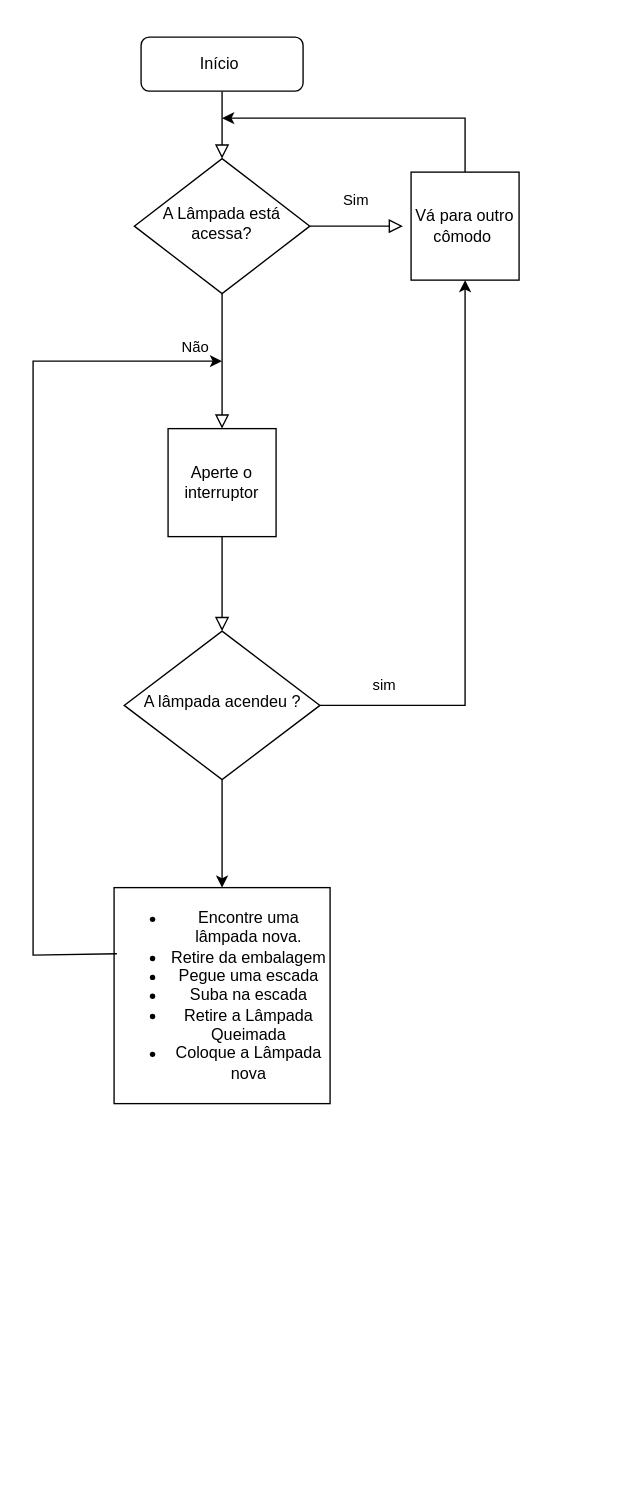
Before: Lâmpada.drawio in giannycabral/EBAC-CURSO-PROGRAMA-O, a draw.io diagram. Source tidied: cells renumbered, new cells numbered last; positions are measured from the earlier drawing's top-left corner, leaving out a move shared by most shapes. Both pictures are drawn from the tidied source at 135%, with x=0, y=0 at pixel (32, 36).
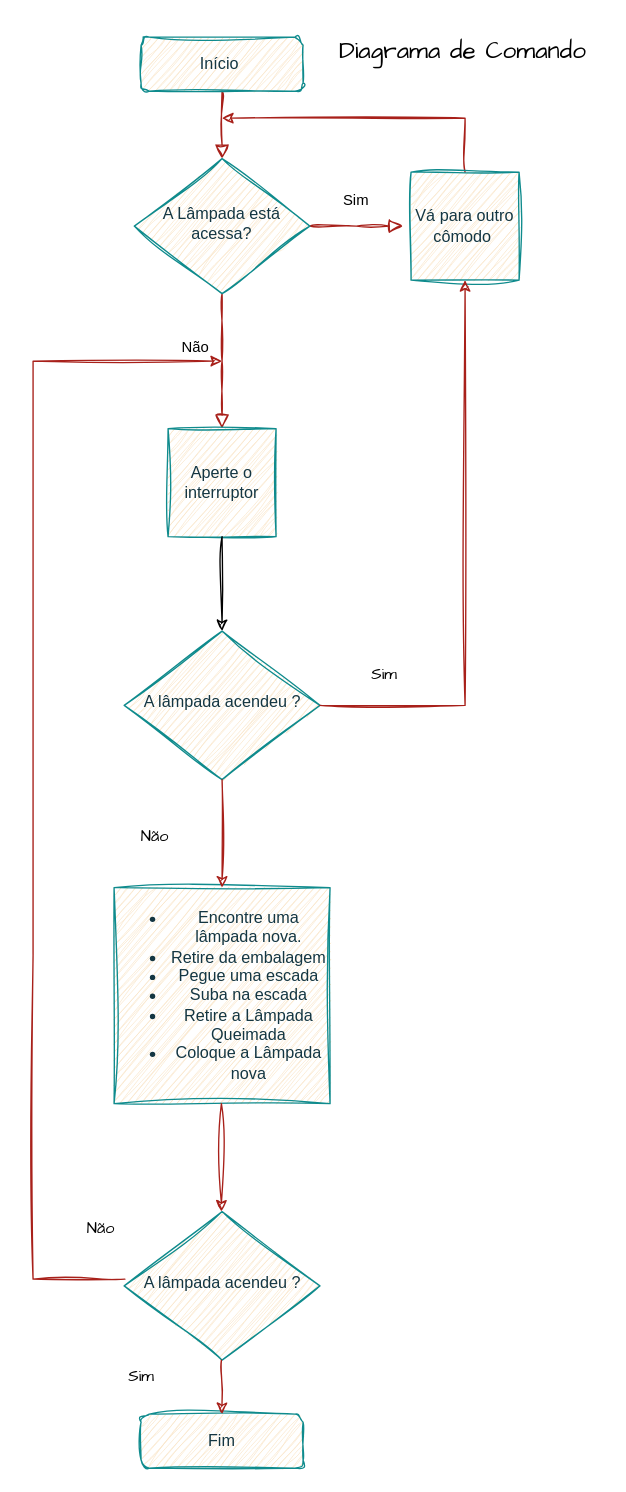
The same page after the edit.

Change to the diagram source:
```diff
@@
-    <mxCell id="2" style="rounded=0;html=1;jettySize=auto;fontSize=11;endArrow=block;endFill=0;endSize=8;strokeWidth=1;shadow=0;labelBackgroundColor=none;edgeStyle=orthogonalEdgeStyle;" parent="1" edge="1" source="3" target="6">
+    <mxCell id="2" style="rounded=0;html=1;jettySize=auto;fontSize=11;endArrow=block;endFill=0;endSize=8;strokeWidth=1;shadow=0;labelBackgroundColor=none;edgeStyle=orthogonalEdgeStyle;strokeColor=#A8201A;fontColor=default;sketch=1;curveFitting=1;jiggle=2;" parent="1" edge="1" source="3" target="6">
       <mxGeometry relative="1" as="geometry" />
     </mxCell>
-    <mxCell id="3" value="Início&amp;nbsp;" style="rounded=1;whiteSpace=wrap;html=1;fontSize=12;glass=0;strokeWidth=1;shadow=0;" parent="1" vertex="1">
+    <mxCell id="3" value="Início&amp;nbsp;" style="rounded=1;whiteSpace=wrap;html=1;fontSize=12;glass=0;strokeWidth=1;shadow=0;labelBackgroundColor=none;fillColor=#FAE5C7;strokeColor=#0F8B8D;fontColor=#143642;sketch=1;curveFitting=1;jiggle=2;" parent="1" vertex="1">
       <mxGeometry x="80" width="120" height="40" as="geometry" />
     </mxCell>
-    <mxCell id="4" value="Não" style="rounded=0;html=1;jettySize=auto;fontSize=11;endArrow=block;endFill=0;endSize=8;strokeWidth=1;shadow=0;labelBackgroundColor=none;edgeStyle=orthogonalEdgeStyle;" parent="1" edge="1" source="6">
+    <mxCell id="4" value="Não" style="rounded=0;html=1;jettySize=auto;fontSize=11;endArrow=block;endFill=0;endSize=8;strokeWidth=1;shadow=0;labelBackgroundColor=none;edgeStyle=orthogonalEdgeStyle;strokeColor=#A8201A;fontColor=default;sketch=1;curveFitting=1;jiggle=2;" parent="1" edge="1" source="6">
       <mxGeometry x="-0.2" y="-20" relative="1" as="geometry">
         <mxPoint x="140" y="290" as="targetPoint" />
       </mxGeometry>
     </mxCell>
-    <mxCell id="5" value="Sim" style="edgeStyle=orthogonalEdgeStyle;rounded=0;html=1;jettySize=auto;fontSize=11;endArrow=block;endFill=0;endSize=8;strokeWidth=1;shadow=0;labelBackgroundColor=none;" parent="1" edge="1" source="6">
+    <mxCell id="5" value="Sim" style="edgeStyle=orthogonalEdgeStyle;rounded=0;html=1;jettySize=auto;fontSize=11;endArrow=block;endFill=0;endSize=8;strokeWidth=1;shadow=0;labelBackgroundColor=none;strokeColor=#A8201A;fontColor=default;sketch=1;curveFitting=1;jiggle=2;" parent="1" edge="1" source="6">
       <mxGeometry x="0.01" y="20" relative="1" as="geometry">
         <mxPoint x="274" y="140" as="targetPoint" />
       </mxGeometry>
     </mxCell>
-    <mxCell id="6" value="A Lâmpada está acessa?" style="rhombus;whiteSpace=wrap;html=1;shadow=0;fontFamily=Helvetica;fontSize=12;align=center;strokeWidth=1;spacing=6;spacingTop=-4;" parent="1" vertex="1">
+    <mxCell id="6" value="A Lâmpada está acessa?" style="rhombus;whiteSpace=wrap;html=1;shadow=0;fontFamily=Helvetica;fontSize=12;align=center;strokeWidth=1;spacing=6;spacingTop=-4;labelBackgroundColor=none;fillColor=#FAE5C7;strokeColor=#0F8B8D;fontColor=#143642;sketch=1;curveFitting=1;jiggle=2;" parent="1" vertex="1">
       <mxGeometry x="75" y="90" width="130" height="100" as="geometry" />
     </mxCell>
-    <mxCell id="7" value="sim" style="rounded=0;html=1;jettySize=auto;fontSize=11;endArrow=block;endFill=0;endSize=8;strokeWidth=1;shadow=0;labelBackgroundColor=none;edgeStyle=orthogonalEdgeStyle;exitX=0.5;exitY=1;exitDx=0;exitDy=0;" parent="1" edge="1" source="10">
-      <mxGeometry x="1" y="126" relative="1" as="geometry">
-        <mxPoint x="140" y="440" as="targetPoint" />
-        <mxPoint x="-6" y="38" as="offset" />
-      </mxGeometry>
-    </mxCell>
-    <mxCell id="8" style="endArrow=classic;html=1;rounded=0;exitX=0.5;exitY=0;exitDx=0;exitDy=0;exitPerimeter=0;" parent="1" edge="1" source="9">
+    <mxCell id="8" style="endArrow=classic;html=1;rounded=0;exitX=0.5;exitY=0;exitDx=0;exitDy=0;exitPerimeter=0;labelBackgroundColor=none;strokeColor=#A8201A;fontColor=default;sketch=1;curveFitting=1;jiggle=2;" parent="1" edge="1" source="9">
       <mxGeometry relative="1" as="geometry">
         <mxPoint x="140" y="60" as="targetPoint" />
         <Array as="points">
           <mxPoint x="320" y="60" />
         </Array>
       </mxGeometry>
     </mxCell>
-    <mxCell id="9" value="Vá para outro cômodo&amp;nbsp;" style="whiteSpace=wrap;html=1;" parent="1" vertex="1">
+    <mxCell id="9" value="Vá para outro cômodo&amp;nbsp;" style="whiteSpace=wrap;html=1;labelBackgroundColor=none;fillColor=#FAE5C7;strokeColor=#0F8B8D;fontColor=#143642;sketch=1;curveFitting=1;jiggle=2;" parent="1" vertex="1">
       <mxGeometry x="280" y="100" width="80" height="80" as="geometry" />
     </mxCell>
-    <mxCell id="10" value="Aperte o interruptor" style="whiteSpace=wrap;html=1;" parent="1" vertex="1">
+    <mxCell id="10" value="Aperte o interruptor" style="whiteSpace=wrap;html=1;labelBackgroundColor=none;fillColor=#FAE5C7;strokeColor=#0F8B8D;fontColor=#143642;sketch=1;curveFitting=1;jiggle=2;" parent="1" vertex="1">
       <mxGeometry x="100" y="290" width="80" height="80" as="geometry" />
     </mxCell>
-    <mxCell id="11" value="A lâmpada acendeu ?" style="rhombus;whiteSpace=wrap;html=1;shadow=0;fontFamily=Helvetica;fontSize=12;align=center;strokeWidth=1;spacing=6;spacingTop=-4;" parent="1" vertex="1">
+    <mxCell id="11" value="A lâmpada acendeu ?" style="rhombus;whiteSpace=wrap;html=1;shadow=0;fontFamily=Helvetica;fontSize=12;align=center;strokeWidth=1;spacing=6;spacingTop=-4;labelBackgroundColor=none;fillColor=#FAE5C7;strokeColor=#0F8B8D;fontColor=#143642;sketch=1;curveFitting=1;jiggle=2;" parent="1" vertex="1">
       <mxGeometry x="67.5" y="440" width="145" height="110" as="geometry" />
     </mxCell>
-    <mxCell id="12" style="endArrow=classic;html=1;rounded=0;entryX=0.5;entryY=1;entryDx=0;entryDy=0;exitX=1;exitY=0.5;exitDx=0;exitDy=0;" parent="1" edge="1" source="11" target="9">
+    <mxCell id="12" style="endArrow=classic;html=1;rounded=0;entryX=0.5;entryY=1;entryDx=0;entryDy=0;exitX=1;exitY=0.5;exitDx=0;exitDy=0;labelBackgroundColor=none;strokeColor=#A8201A;fontColor=default;sketch=1;curveFitting=1;jiggle=2;" parent="1" edge="1" source="11" target="9">
       <mxGeometry relative="1" as="geometry">
         <Array as="points">
           <mxPoint x="320" y="495" />
         </Array>
       </mxGeometry>
     </mxCell>
-    <mxCell id="13" value="&lt;ul&gt;&lt;li&gt;Encontre uma lâmpada nova.&lt;/li&gt;&lt;li&gt;Retire da embalagem&lt;/li&gt;&lt;li&gt;Pegue uma escada&lt;/li&gt;&lt;li&gt;Suba na escada&lt;/li&gt;&lt;li&gt;Retire a Lâmpada Queimada&lt;/li&gt;&lt;li&gt;Coloque a Lâmpada nova&lt;/li&gt;&lt;/ul&gt;" style="whiteSpace=wrap;html=1;" parent="1" vertex="1">
+    <mxCell id="13" value="&lt;ul&gt;&lt;li&gt;Encontre uma lâmpada nova.&lt;/li&gt;&lt;li&gt;Retire da embalagem&lt;/li&gt;&lt;li&gt;Pegue uma escada&lt;/li&gt;&lt;li&gt;Suba na escada&lt;/li&gt;&lt;li&gt;Retire a Lâmpada Queimada&lt;/li&gt;&lt;li&gt;Coloque a Lâmpada nova&lt;/li&gt;&lt;/ul&gt;" style="whiteSpace=wrap;html=1;labelBackgroundColor=none;fillColor=#FAE5C7;strokeColor=#0F8B8D;fontColor=#143642;sketch=1;curveFitting=1;jiggle=2;" parent="1" vertex="1">
       <mxGeometry x="60" y="630" width="160" height="160" as="geometry" />
     </mxCell>
-    <mxCell id="14" style="endArrow=classic;html=1;rounded=0;exitX=0.5;exitY=1;exitDx=0;exitDy=0;entryX=0.5;entryY=0;entryDx=0;entryDy=0;" parent="1" edge="1" source="11" target="13">
+    <mxCell id="14" style="endArrow=classic;html=1;rounded=0;exitX=0.5;exitY=1;exitDx=0;exitDy=0;entryX=0.5;entryY=0;entryDx=0;entryDy=0;labelBackgroundColor=none;strokeColor=#A8201A;fontColor=default;sketch=1;curveFitting=1;jiggle=2;" parent="1" edge="1" source="11" target="13">
       <mxGeometry relative="1" as="geometry" />
     </mxCell>
-    <mxCell id="15" style="endArrow=classic;html=1;rounded=0;exitX=0.013;exitY=0.306;exitDx=0;exitDy=0;exitPerimeter=0;" parent="1" edge="1" source="13">
+    <mxCell id="15" style="endArrow=classic;html=1;rounded=0;labelBackgroundColor=none;strokeColor=#A8201A;fontColor=default;sketch=1;curveFitting=1;jiggle=2;" parent="1" edge="1">
       <mxGeometry relative="1" as="geometry">
+        <mxPoint x="68" y="920" as="sourcePoint" />
         <mxPoint x="140" y="240" as="targetPoint" />
         <Array as="points">
+          <mxPoint y="920" />
           <mxPoint y="680" />
           <mxPoint y="240" />
         </Array>
       </mxGeometry>
     </mxCell>
+    <mxCell id="16" value="A lâmpada acendeu ?" style="rhombus;whiteSpace=wrap;html=1;shadow=0;fontFamily=Helvetica;fontSize=12;align=center;strokeWidth=1;spacing=6;spacingTop=-4;labelBackgroundColor=none;fillColor=#FAE5C7;strokeColor=#0F8B8D;fontColor=#143642;sketch=1;curveFitting=1;jiggle=2;" parent="1" vertex="1">
+      <mxGeometry x="67.5" y="870" width="145" height="110" as="geometry" />
+    </mxCell>
+    <mxCell id="17" style="endArrow=classic;html=1;rounded=0;exitX=0.5;exitY=1;exitDx=0;exitDy=0;entryX=0.5;entryY=0;entryDx=0;entryDy=0;labelBackgroundColor=none;strokeColor=#A8201A;fontColor=default;sketch=1;curveFitting=1;jiggle=2;" parent="1" edge="1">
+      <mxGeometry relative="1" as="geometry">
+        <mxPoint x="139.5" y="790" as="sourcePoint" />
+        <mxPoint x="139.5" y="870" as="targetPoint" />
+      </mxGeometry>
+    </mxCell>
+    <mxCell id="18" value="Fim" style="rounded=1;whiteSpace=wrap;html=1;fontSize=12;glass=0;strokeWidth=1;shadow=0;labelBackgroundColor=none;fillColor=#FAE5C7;strokeColor=#0F8B8D;fontColor=#143642;sketch=1;curveFitting=1;jiggle=2;" parent="1" vertex="1">
+      <mxGeometry x="80" y="1020" width="120" height="40" as="geometry" />
+    </mxCell>
+    <mxCell id="19" style="endArrow=classic;html=1;rounded=0;exitX=0.5;exitY=1;exitDx=0;exitDy=0;labelBackgroundColor=none;strokeColor=#A8201A;fontColor=default;sketch=1;curveFitting=1;jiggle=2;" parent="1" edge="1">
+      <mxGeometry relative="1" as="geometry">
+        <mxPoint x="139.5" y="980" as="sourcePoint" />
+        <mxPoint x="140" y="1020" as="targetPoint" />
+      </mxGeometry>
+    </mxCell>
+    <mxCell id="20" value="Não" style="text;html=1;align=center;verticalAlign=middle;strokeColor=none;fillColor=none;fontFamily=Architects Daughter;" parent="1" vertex="1">
+      <mxGeometry x="30" y="868" width="40" height="30" as="geometry" />
+    </mxCell>
+    <mxCell id="21" value="Sim" style="text;html=1;align=center;verticalAlign=middle;strokeColor=none;fillColor=none;fontFamily=Architects Daughter;" parent="1" vertex="1">
+      <mxGeometry x="60" y="978" width="40" height="30" as="geometry" />
+    </mxCell>
+    <mxCell id="22" value="Não" style="text;html=1;align=center;verticalAlign=middle;strokeColor=none;fillColor=none;fontFamily=Architects Daughter;" parent="1" vertex="1">
+      <mxGeometry x="70" y="578" width="40" height="30" as="geometry" />
+    </mxCell>
+    <mxCell id="23" style="endArrow=classic;html=1;rounded=0;sketch=1;hachureGap=4;jiggle=2;curveFitting=1;fontFamily=Architects Daughter;entryX=0.5;entryY=0;entryDx=0;entryDy=0;exitX=0.5;exitY=1;exitDx=0;exitDy=0;" parent="1" edge="1" source="10" target="11">
+      <mxGeometry relative="1" as="geometry" />
+    </mxCell>
+    <mxCell id="24" value="Sim" style="text;html=1;align=center;verticalAlign=middle;strokeColor=none;fillColor=none;fontFamily=Architects Daughter;" parent="1" vertex="1">
+      <mxGeometry x="240" y="458" width="40" height="30" as="geometry" />
+    </mxCell>
+    <mxCell id="25" value="&lt;font style=&quot;font-size: 18px;&quot;&gt;Diagrama de Comando&lt;/font&gt;" style="text;html=1;align=center;verticalAlign=middle;strokeColor=none;fillColor=none;fontFamily=Architects Daughter;" parent="1" vertex="1">
+      <mxGeometry x="212.5" y="-10" width="210" height="40" as="geometry" />
+    </mxCell>
```
